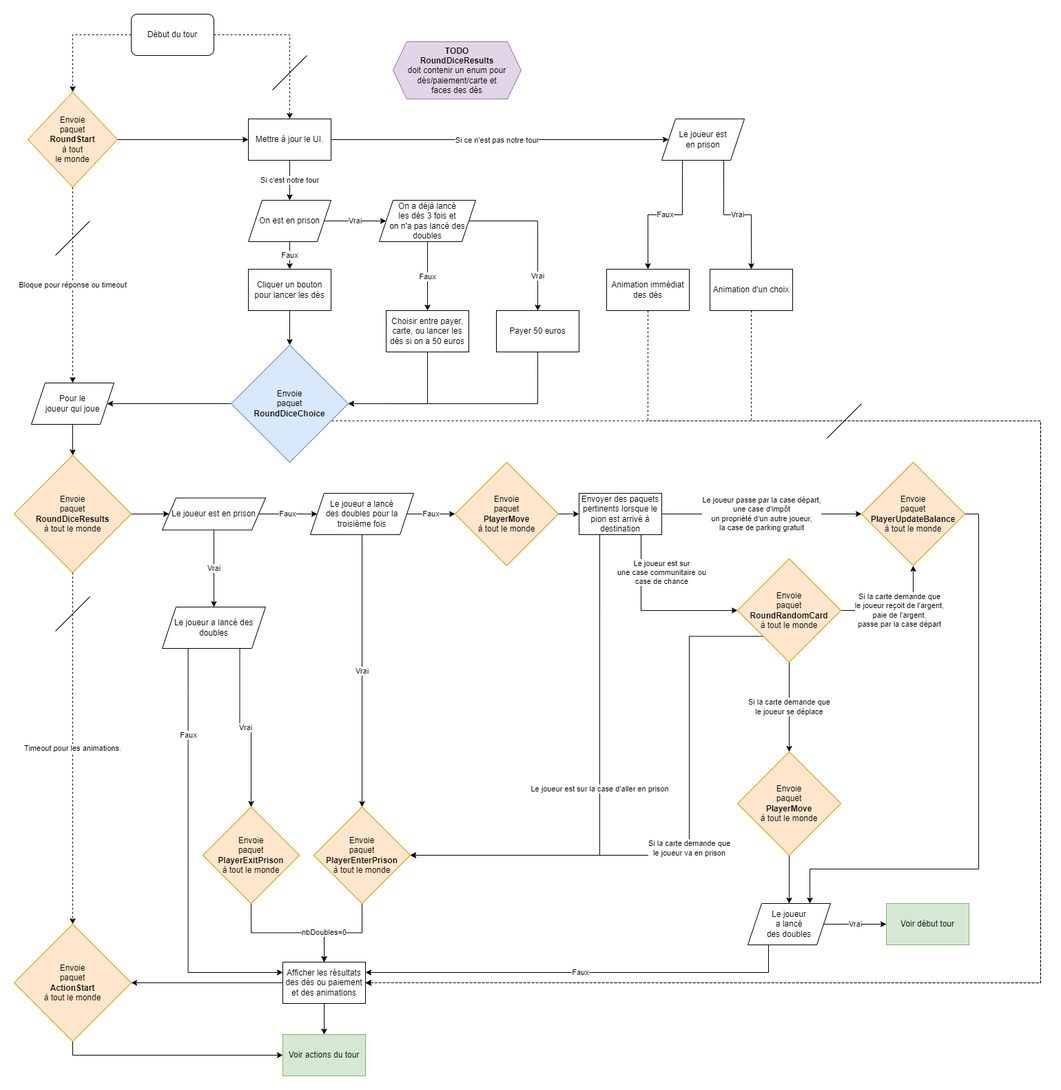
Above: docs/source/images/debut_tour_schema.png in 3A-Unistra/Server (draw.io), before the change. Source tidied: cells renumbered, new cells last; positions are measured from the earlier drawing's top-left corner, leaving out a move shared by most shapes.
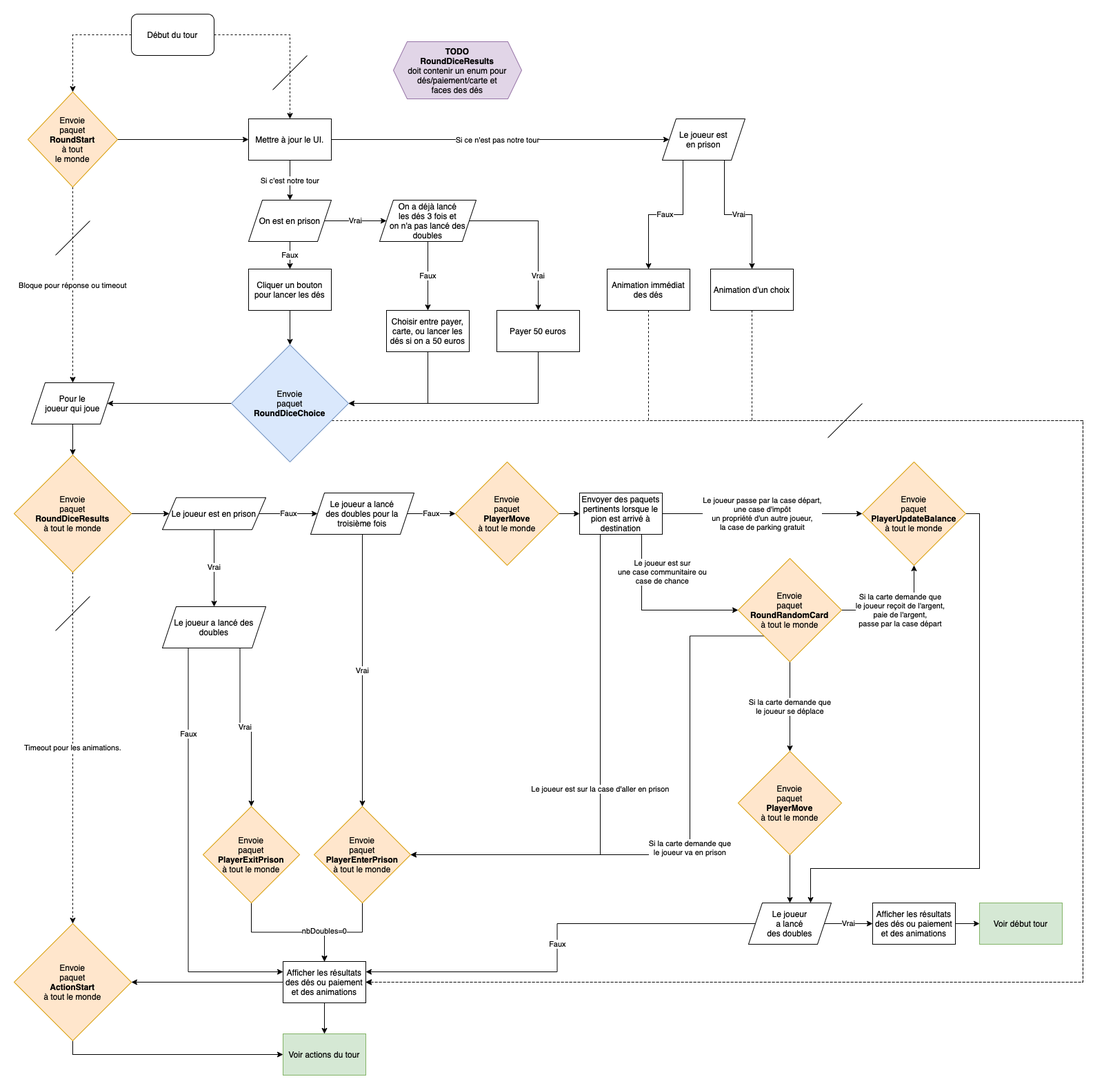
Later version of the same file.

The edit, as a diff of the source:
```diff
@@ -44,9 +44,9 @@
     <mxCell id="14" style="edgeStyle=orthogonalEdgeStyle;rounded=0;jettySize=auto;html=1;exitX=1;exitY=1;exitDx=0;exitDy=0;entryX=1;entryY=0.5;entryDx=0;entryDy=0;dashed=1;" parent="1" edge="1" source="15" target="25">
       <mxGeometry relative="1" as="geometry">
         <Array as="points">
-          <mxPoint x="443" y="590" />
-          <mxPoint x="1490" y="590" />
-          <mxPoint x="1490" y="1405" />
+          <mxPoint x="442" y="590" />
+          <mxPoint x="1550" y="590" />
+          <mxPoint x="1550" y="1405" />
         </Array>
       </mxGeometry>
     </mxCell>
@@ -101,8 +101,8 @@
       <mxGeometry relative="1" as="geometry">
         <Array as="points">
           <mxPoint x="920" y="590" />
-          <mxPoint x="1490" y="590" />
-          <mxPoint x="1490" y="1405" />
+          <mxPoint x="1550" y="590" />
+          <mxPoint x="1550" y="1405" />
         </Array>
       </mxGeometry>
     </mxCell>
@@ -137,8 +137,8 @@
       <mxGeometry relative="1" as="geometry">
         <Array as="points">
           <mxPoint x="1070" y="590" />
-          <mxPoint x="1490" y="590" />
-          <mxPoint x="1490" y="1405" />
+          <mxPoint x="1550" y="590" />
+          <mxPoint x="1550" y="1405" />
         </Array>
       </mxGeometry>
     </mxCell>
@@ -244,17 +244,17 @@
     <mxCell id="69" value="Le joueur a lancé des doubles" style="shape=parallelogram;perimeter=parallelogramPerimeter;whiteSpace=wrap;html=1;fixedSize=1;" parent="1" vertex="1">
       <mxGeometry x="215" y="860" width="150" height="60" as="geometry" />
     </mxCell>
+    <mxCell id="71" value="Vrai" style="edgeStyle=orthogonalEdgeStyle;rounded=0;jettySize=auto;html=1;exitX=1;exitY=0.5;exitDx=0;exitDy=0;entryX=0;entryY=0.5;entryDx=0;entryDy=0;" parent="1" edge="1" source="72" target="83">
+      <mxGeometry relative="1" as="geometry" />
+    </mxCell>
-    <mxCell id="70" value="Faux" style="edgeStyle=orthogonalEdgeStyle;rounded=0;jettySize=auto;html=1;exitX=0.25;exitY=1;exitDx=0;exitDy=0;entryX=1;entryY=0.25;entryDx=0;entryDy=0;" parent="1" edge="1" source="72" target="25">
+    <mxCell id="70" value="Faux" style="edgeStyle=orthogonalEdgeStyle;rounded=0;jettySize=auto;html=1;exitX=0;exitY=0.5;exitDx=0;exitDy=0;entryX=1;entryY=0.25;entryDx=0;entryDy=0;" parent="1" edge="1" source="72" target="25">
       <mxGeometry relative="1" as="geometry" />
     </mxCell>
-    <mxCell id="71" value="Vrai" style="edgeStyle=orthogonalEdgeStyle;rounded=0;jettySize=auto;html=1;exitX=1;exitY=0.5;exitDx=0;exitDy=0;entryX=0;entryY=0.5;entryDx=0;entryDy=0;" parent="1" edge="1" source="72" target="73">
-      <mxGeometry relative="1" as="geometry" />
-    </mxCell>
     <mxCell id="72" value="Le joueur&lt;br&gt;a lancé&lt;br&gt;des doubles" style="shape=parallelogram;perimeter=parallelogramPerimeter;whiteSpace=wrap;html=1;fixedSize=1;" parent="1" vertex="1">
       <mxGeometry x="1065" y="1290" width="120" height="60" as="geometry" />
     </mxCell>
     <mxCell id="73" value="Voir début tour" style="rounded=0;whiteSpace=wrap;html=1;fillColor=#d5e8d4;strokeColor=#82b366;" parent="1" vertex="1">
-      <mxGeometry x="1266" y="1290" width="120" height="60" as="geometry" />
+      <mxGeometry x="1400" y="1290" width="120" height="60" as="geometry" />
     </mxCell>
     <mxCell id="74" value="Si la carte demande que&lt;br&gt;le joueur va en prison" style="edgeStyle=orthogonalEdgeStyle;rounded=0;jettySize=auto;html=1;exitX=0;exitY=1;exitDx=0;exitDy=0;entryX=1;entryY=0.5;entryDx=0;entryDy=0;" parent="1" edge="1" source="77" target="52">
       <mxGeometry relative="1" as="geometry">
@@ -285,5 +285,11 @@
     <mxCell id="81" value="Envoie&lt;br&gt;paquet&lt;br&gt;&lt;b&gt;PlayerMove&lt;br&gt;&lt;/b&gt;à tout le monde" style="rhombus;whiteSpace=wrap;html=1;fillColor=#ffe6cc;strokeColor=#d79b00;" parent="1" vertex="1">
       <mxGeometry x="640" y="650" width="150" height="150" as="geometry" />
     </mxCell>
+    <mxCell id="82" style="edgeStyle=orthogonalEdgeStyle;rounded=0;jettySize=auto;html=1;exitX=1;exitY=0.5;exitDx=0;exitDy=0;entryX=0;entryY=0.5;entryDx=0;entryDy=0;" parent="1" edge="1" source="83" target="73">
+      <mxGeometry relative="1" as="geometry" />
+    </mxCell>
+    <mxCell id="83" value="Afficher les résultats des dés ou paiement et des animations" style="rounded=0;whiteSpace=wrap;html=1;" parent="1" vertex="1">
+      <mxGeometry x="1245" y="1290" width="120" height="60" as="geometry" />
+    </mxCell>
   </root>
 </mxGraphModel>
```
